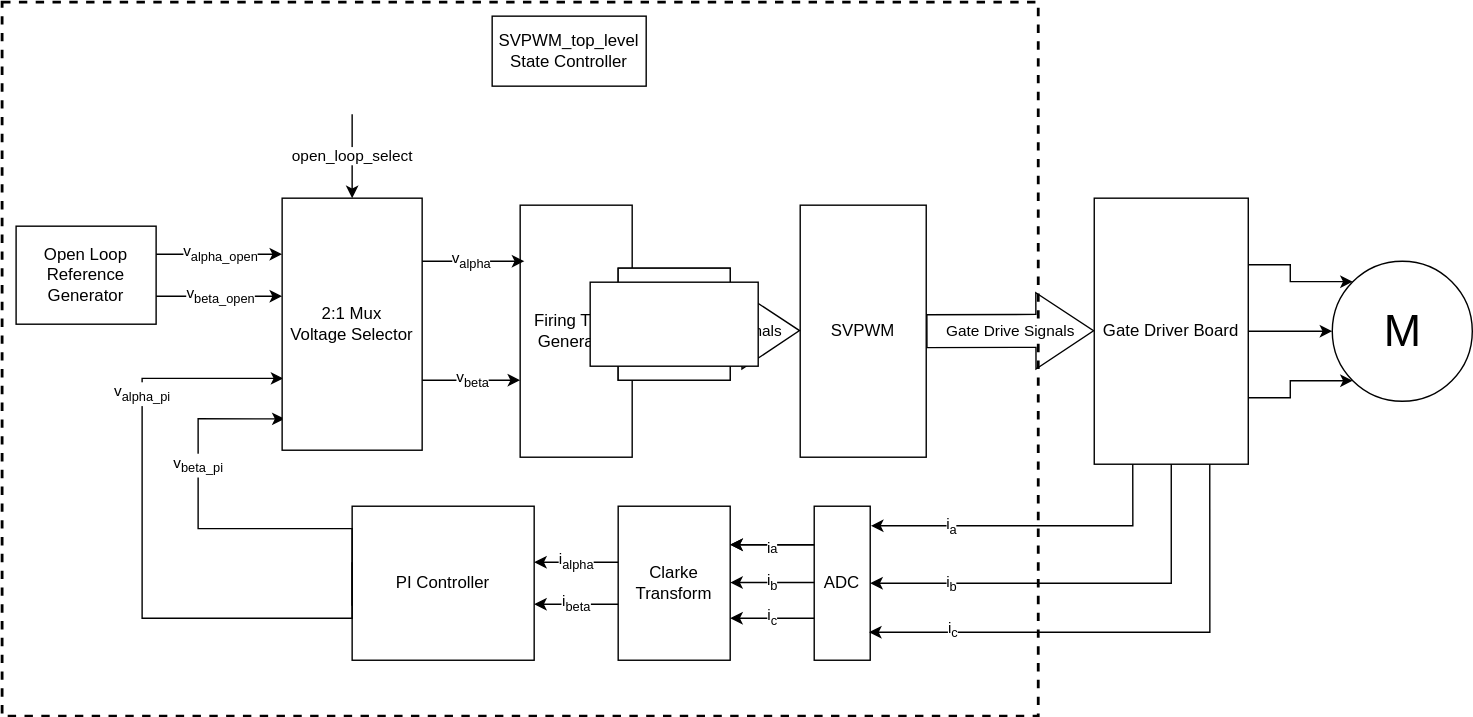
Earlier version of the draw.io export docs/Diagrams/system_diagram.drawio.svg (GanManCan/svpwm_PL). Source tidied: cells renumbered, new cells last; positions are measured from the earlier drawing's top-left corner, leaving out a move shared by most shapes. Its diagram source:
```xml
<mxGraphModel>
  <root>
    <mxCell id="0" />
    <mxCell id="1" parent="0" />
    <mxCell id="2" style="rounded=0;whiteSpace=wrap;html=1;fillColor=none;dashed=1;strokeWidth=2;" parent="1" vertex="1">
      <mxGeometry width="740" height="510" as="geometry" />
    </mxCell>
    <mxCell id="3" style="edgeStyle=orthogonalEdgeStyle;rounded=0;jettySize=auto;html=1;exitX=1;exitY=0.25;exitDx=0;exitDy=0;entryX=0;entryY=0;entryDx=0;entryDy=0;" parent="1" edge="1" source="6" target="7">
      <mxGeometry relative="1" as="geometry" />
    </mxCell>
    <mxCell id="4" style="edgeStyle=orthogonalEdgeStyle;rounded=0;jettySize=auto;html=1;exitX=1;exitY=0.5;exitDx=0;exitDy=0;" parent="1" edge="1" source="6" target="7">
      <mxGeometry relative="1" as="geometry" />
    </mxCell>
    <mxCell id="5" style="edgeStyle=orthogonalEdgeStyle;rounded=0;jettySize=auto;html=1;exitX=1;exitY=0.75;exitDx=0;exitDy=0;entryX=0;entryY=1;entryDx=0;entryDy=0;" parent="1" edge="1" source="6" target="7">
      <mxGeometry relative="1" as="geometry" />
    </mxCell>
    <mxCell id="6" value="Gate Driver Board" style="rounded=0;whiteSpace=wrap;html=1;" parent="1" vertex="1">
      <mxGeometry x="780" y="140" width="110" height="190" as="geometry" />
    </mxCell>
    <mxCell id="7" value="M" style="verticalLabelPosition=middle;shadow=0;dashed=0;align=center;html=1;verticalAlign=middle;strokeWidth=1;shape=ellipse;fontSize=32;perimeter=ellipsePerimeter;" parent="1" vertex="1">
      <mxGeometry x="950" y="185" width="100" height="100" as="geometry" />
    </mxCell>
    <mxCell id="8" value="&lt;sub&gt;&lt;span style=&quot;font-size: 11px&quot;&gt;i&lt;/span&gt;a&lt;/sub&gt;" style="edgeStyle=orthogonalEdgeStyle;rounded=0;orthogonalLoop=1;jettySize=auto;html=1;exitX=0;exitY=0.25;exitDx=0;exitDy=0;entryX=1;entryY=0.25;entryDx=0;entryDy=0;" parent="1" edge="1">
      <mxGeometry relative="1" as="geometry">
        <mxPoint x="580" y="387.5" as="sourcePoint" />
        <mxPoint x="520" y="387.5" as="targetPoint" />
      </mxGeometry>
    </mxCell>
    <mxCell id="9" value="ADC" style="rounded=0;whiteSpace=wrap;html=1;" parent="1" vertex="1">
      <mxGeometry x="580" y="360" width="40" height="110" as="geometry" />
    </mxCell>
    <mxCell id="10" style="endArrow=classic;html=1;rounded=0;entryX=1.013;entryY=0.127;entryDx=0;entryDy=0;entryPerimeter=0;edgeStyle=orthogonalEdgeStyle;exitX=0.25;exitY=1;exitDx=0;exitDy=0;" parent="1" edge="1" source="6" target="9">
      <mxGeometry relative="1" as="geometry">
        <Array as="points">
          <mxPoint x="808" y="374" />
        </Array>
      </mxGeometry>
    </mxCell>
    <mxCell id="11" value="i&lt;sub&gt;a&lt;/sub&gt;" style="edgeLabel;html=1;align=center;verticalAlign=middle;" parent="10" vertex="1">
      <mxGeometry relative="1" as="geometry">
        <mxPoint x="-59" as="offset" />
      </mxGeometry>
    </mxCell>
    <mxCell id="12" value="i&lt;sub&gt;c&lt;/sub&gt;" style="edgeStyle=orthogonalEdgeStyle;rounded=0;orthogonalLoop=1;jettySize=auto;html=1;exitX=0;exitY=0.25;exitDx=0;exitDy=0;entryX=1;entryY=0.25;entryDx=0;entryDy=0;" parent="1" edge="1">
      <mxGeometry relative="1" as="geometry">
        <mxPoint x="580" y="440" as="sourcePoint" />
        <mxPoint x="520" y="440" as="targetPoint" />
      </mxGeometry>
    </mxCell>
    <mxCell id="13" value="SVPWM_top_level State Controller" style="rounded=0;whiteSpace=wrap;html=1;" parent="1" vertex="1">
      <mxGeometry x="350" y="10" width="110" height="50" as="geometry" />
    </mxCell>
    <mxCell id="14" value="Clarke Transform" style="rounded=0;whiteSpace=wrap;html=1;" parent="1" vertex="1">
      <mxGeometry x="440" y="360" width="80" height="110" as="geometry" />
    </mxCell>
    <mxCell id="15" value="i&lt;sub&gt;b&lt;/sub&gt;" style="edgeStyle=orthogonalEdgeStyle;rounded=0;orthogonalLoop=1;jettySize=auto;html=1;exitX=0;exitY=0.25;exitDx=0;exitDy=0;entryX=1;entryY=0.25;entryDx=0;entryDy=0;" parent="1" edge="1">
      <mxGeometry relative="1" as="geometry">
        <mxPoint x="580" y="414.5" as="sourcePoint" />
        <mxPoint x="520" y="414.5" as="targetPoint" />
      </mxGeometry>
    </mxCell>
    <mxCell id="16" value="i&lt;sub&gt;alpha&lt;/sub&gt;" style="edgeStyle=orthogonalEdgeStyle;rounded=0;orthogonalLoop=1;jettySize=auto;html=1;exitX=0;exitY=0.25;exitDx=0;exitDy=0;entryX=1;entryY=0.25;entryDx=0;entryDy=0;" parent="1" edge="1">
      <mxGeometry relative="1" as="geometry">
        <mxPoint x="440" y="400" as="sourcePoint" />
        <mxPoint x="380" y="400" as="targetPoint" />
      </mxGeometry>
    </mxCell>
    <mxCell id="17" value="&lt;span style=&quot;font-size: 11px&quot;&gt;i&lt;/span&gt;&lt;sub&gt;beta&lt;/sub&gt;" style="edgeStyle=orthogonalEdgeStyle;rounded=0;orthogonalLoop=1;jettySize=auto;html=1;exitX=0;exitY=0.25;exitDx=0;exitDy=0;entryX=1;entryY=0.25;entryDx=0;entryDy=0;" parent="1" edge="1">
      <mxGeometry relative="1" as="geometry">
        <mxPoint x="440" y="430" as="sourcePoint" />
        <mxPoint x="380" y="430" as="targetPoint" />
        <Array as="points">
          <mxPoint x="410" y="430" />
          <mxPoint x="410" y="430" />
        </Array>
      </mxGeometry>
    </mxCell>
    <mxCell id="18" value="Firing Time Generator" style="rounded=0;whiteSpace=wrap;html=1;overflow=visible;" parent="1" vertex="1">
      <mxGeometry x="370" y="145" width="80" height="180" as="geometry" />
    </mxCell>
    <mxCell id="19" value="v&lt;sub&gt;alpha&lt;/sub&gt;" style="edgeStyle=orthogonalEdgeStyle;rounded=0;orthogonalLoop=1;jettySize=auto;html=1;entryX=1;entryY=0.25;entryDx=0;entryDy=0;" parent="1" edge="1">
      <mxGeometry relative="1" as="geometry">
        <mxPoint x="298" y="185" as="sourcePoint" />
        <mxPoint x="373" y="185" as="targetPoint" />
      </mxGeometry>
    </mxCell>
    <mxCell id="20" value="&lt;sub&gt;&lt;span style=&quot;font-size: 11px&quot;&gt;i&lt;/span&gt;a&lt;/sub&gt;" style="edgeStyle=orthogonalEdgeStyle;rounded=0;orthogonalLoop=1;jettySize=auto;html=1;exitX=0;exitY=0.25;exitDx=0;exitDy=0;entryX=1;entryY=0.25;entryDx=0;entryDy=0;" parent="1" edge="1">
      <mxGeometry relative="1" as="geometry">
        <mxPoint x="580" y="387.5" as="sourcePoint" />
        <mxPoint x="520" y="387.5" as="targetPoint" />
      </mxGeometry>
    </mxCell>
    <mxCell id="21" value="v&lt;sub&gt;beta&lt;/sub&gt;" style="edgeStyle=orthogonalEdgeStyle;rounded=0;orthogonalLoop=1;jettySize=auto;html=1;entryX=1;entryY=0.25;entryDx=0;entryDy=0;" parent="1" edge="1">
      <mxGeometry relative="1" as="geometry">
        <mxPoint x="300" y="270" as="sourcePoint" />
        <mxPoint x="370" y="270" as="targetPoint" />
      </mxGeometry>
    </mxCell>
    <mxCell id="22" value="PI Controller" style="rounded=0;whiteSpace=wrap;html=1;fillColor=default;" parent="1" vertex="1">
      <mxGeometry x="250" y="360" width="130" height="110" as="geometry" />
    </mxCell>
    <mxCell id="23" value="v&lt;sub&gt;beta_pi&lt;/sub&gt;" style="edgeStyle=orthogonalEdgeStyle;rounded=0;orthogonalLoop=1;jettySize=auto;html=1;exitX=0;exitY=0.25;exitDx=0;exitDy=0;entryX=0.018;entryY=0.87;entryDx=0;entryDy=0;entryPerimeter=0;" parent="1" edge="1">
      <mxGeometry x="0.38" relative="1" as="geometry">
        <mxPoint x="250" y="431" as="sourcePoint" />
        <mxPoint x="201.8" y="297.6" as="targetPoint" />
        <Array as="points">
          <mxPoint x="250" y="376" />
          <mxPoint x="140" y="376" />
          <mxPoint x="140" y="298" />
        </Array>
      </mxGeometry>
    </mxCell>
    <mxCell id="24" value="v&lt;sub&gt;alpha_pi&lt;/sub&gt;" style="edgeStyle=orthogonalEdgeStyle;rounded=0;jettySize=auto;html=1;exitX=0;exitY=0.25;exitDx=0;exitDy=0;entryX=0.009;entryY=0.715;entryDx=0;entryDy=0;entryPerimeter=0;" parent="1" edge="1" target="27">
      <mxGeometry x="0.51" relative="1" as="geometry">
        <mxPoint x="250" y="400" as="sourcePoint" />
        <Array as="points">
          <mxPoint x="250" y="440" />
          <mxPoint x="100" y="440" />
          <mxPoint x="100" y="269" />
        </Array>
      </mxGeometry>
    </mxCell>
    <mxCell id="25" style="group;" parent="1" vertex="1">
      <mxGeometry x="110" y="140" width="190" height="180" as="geometry" />
    </mxCell>
    <mxCell id="26" style="group;" parent="25" vertex="1">
      <mxGeometry width="190" height="180" as="geometry" />
    </mxCell>
    <mxCell id="27" value="2:1 Mux&lt;br&gt;Voltage Selector" style="rounded=0;whiteSpace=wrap;html=1;overflow=visible;" parent="26" vertex="1">
      <mxGeometry x="90" width="100" height="180" as="geometry" />
    </mxCell>
    <mxCell id="28" value="v&lt;sub&gt;beta_open&lt;/sub&gt;" style="edgeStyle=orthogonalEdgeStyle;rounded=0;orthogonalLoop=1;jettySize=auto;html=1;exitX=0;exitY=0.25;exitDx=0;exitDy=0;" parent="26" edge="1">
      <mxGeometry relative="1" as="geometry">
        <mxPoint y="70" as="sourcePoint" />
        <mxPoint x="90" y="70" as="targetPoint" />
      </mxGeometry>
    </mxCell>
    <mxCell id="29" value="v&lt;sub&gt;alpha_open&lt;/sub&gt;" style="edgeStyle=orthogonalEdgeStyle;rounded=0;orthogonalLoop=1;jettySize=auto;html=1;exitX=0;exitY=0.25;exitDx=0;exitDy=0;" parent="26" edge="1">
      <mxGeometry relative="1" as="geometry">
        <mxPoint y="40" as="sourcePoint" />
        <mxPoint x="90" y="40" as="targetPoint" />
      </mxGeometry>
    </mxCell>
    <mxCell id="30" value="Open Loop Reference Generator" style="rounded=0;whiteSpace=wrap;html=1;fillColor=default;" parent="1" vertex="1">
      <mxGeometry x="10" y="160" width="100" height="70" as="geometry" />
    </mxCell>
    <mxCell id="31" value="open_loop_select" style="edgeStyle=orthogonalEdgeStyle;rounded=0;jettySize=auto;html=1;entryX=0.5;entryY=0;entryDx=0;entryDy=0;" parent="1" edge="1" target="27">
      <mxGeometry relative="1" as="geometry">
        <mxPoint x="250" y="80" as="sourcePoint" />
      </mxGeometry>
    </mxCell>
    <mxCell id="32" style="group;" parent="1" vertex="1">
      <mxGeometry x="540" y="145" width="240" height="180" as="geometry" />
    </mxCell>
    <mxCell id="33" value="Gate Drive Signals" style="shape=flexArrow;endArrow=classic;html=1;rounded=0;endWidth=29.965397923875432;endSize=13.388235294117647;width=23.529411764705884;" parent="32" edge="1">
      <mxGeometry relative="1" as="geometry">
        <mxPoint x="120" y="90" as="sourcePoint" />
        <mxPoint x="240" y="89.7" as="targetPoint" />
      </mxGeometry>
    </mxCell>
    <mxCell id="34" value="SVPWM" style="rounded=0;whiteSpace=wrap;html=1;" parent="32" vertex="1">
      <mxGeometry x="30" width="90" height="180" as="geometry" />
    </mxCell>
    <mxCell id="35" value="Firing Time Signals" style="shape=flexArrow;endArrow=classic;html=1;rounded=0;endWidth=29.965397923875432;endSize=13.388235294117647;width=23.529411764705884;" parent="32" edge="1">
      <mxGeometry relative="1" as="geometry">
        <mxPoint x="-90" y="89.9" as="sourcePoint" />
        <mxPoint x="30" y="89.6" as="targetPoint" />
      </mxGeometry>
    </mxCell>
    <mxCell id="36" style="endArrow=classic;html=1;rounded=0;exitX=0.5;exitY=1;exitDx=0;exitDy=0;edgeStyle=orthogonalEdgeStyle;entryX=1;entryY=0.5;entryDx=0;entryDy=0;" parent="1" edge="1" source="6" target="9">
      <mxGeometry relative="1" as="geometry">
        <Array as="points">
          <mxPoint x="835" y="415" />
        </Array>
      </mxGeometry>
    </mxCell>
    <mxCell id="37" value="i&lt;sub&gt;b&lt;/sub&gt;" style="edgeLabel;html=1;align=center;verticalAlign=middle;" parent="36" vertex="1">
      <mxGeometry relative="1" as="geometry">
        <mxPoint x="-93" as="offset" />
      </mxGeometry>
    </mxCell>
    <mxCell id="38" style="endArrow=classic;html=1;rounded=0;exitX=0.75;exitY=1;exitDx=0;exitDy=0;edgeStyle=orthogonalEdgeStyle;entryX=0.977;entryY=0.825;entryDx=0;entryDy=0;entryPerimeter=0;" parent="1" edge="1" source="6" target="9">
      <mxGeometry relative="1" as="geometry">
        <Array as="points">
          <mxPoint x="862" y="450" />
          <mxPoint x="619" y="450" />
        </Array>
      </mxGeometry>
    </mxCell>
    <mxCell id="39" value="i&lt;sub&gt;c&lt;/sub&gt;" style="edgeLabel;html=1;align=center;verticalAlign=middle;" parent="38" vertex="1">
      <mxGeometry relative="1" as="geometry">
        <mxPoint x="-123" y="-2" as="offset" />
      </mxGeometry>
    </mxCell>
    <mxCell id="40" style="endArrow=none;dashed=1;html=1;rounded=0;" parent="1" edge="1">
      <mxGeometry relative="1" as="geometry">
        <mxPoint x="460" y="250" as="sourcePoint" />
        <mxPoint x="510" y="200" as="targetPoint" />
      </mxGeometry>
    </mxCell>
    <mxCell id="41" style="whiteSpace=wrap;html=1;" parent="1" vertex="1">
      <mxGeometry x="440" y="190" width="80" height="80" as="geometry" />
    </mxCell>
    <mxCell id="42" style="whiteSpace=wrap;html=1;" parent="1" vertex="1">
      <mxGeometry x="440" y="190" width="80" height="80" as="geometry" />
    </mxCell>
    <mxCell id="43" style="rounded=0;whiteSpace=wrap;html=1;" parent="1" vertex="1">
      <mxGeometry x="420" y="200" width="120" height="60" as="geometry" />
    </mxCell>
  </root>
</mxGraphModel>
```
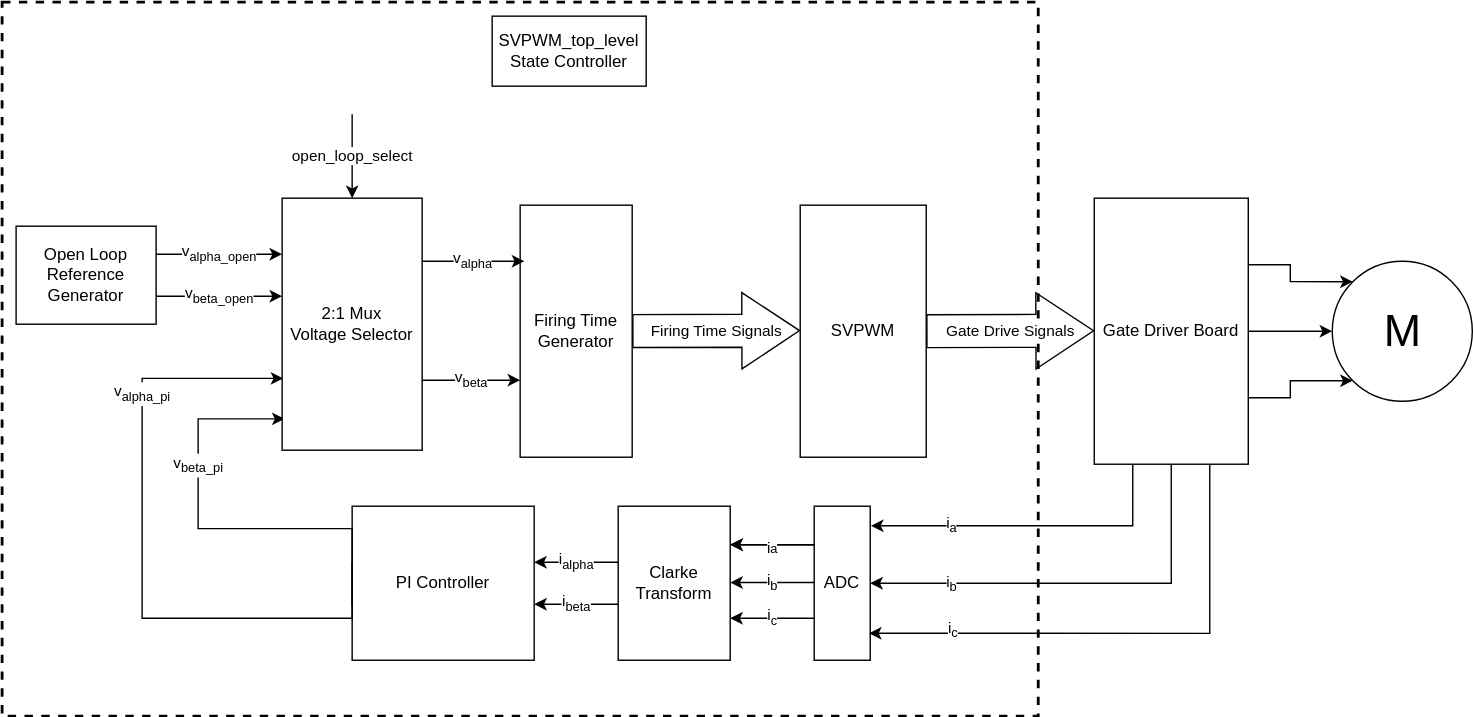
The same diagram one commit later.

The edit, as a diff of the source:
```diff
@@ -192,20 +192,5 @@
         <mxPoint x="-123" y="-2" as="offset" />
       </mxGeometry>
     </mxCell>
-    <mxCell id="40" style="endArrow=none;dashed=1;html=1;rounded=0;" parent="1" edge="1">
-      <mxGeometry relative="1" as="geometry">
-        <mxPoint x="460" y="250" as="sourcePoint" />
-        <mxPoint x="510" y="200" as="targetPoint" />
-      </mxGeometry>
-    </mxCell>
-    <mxCell id="41" style="whiteSpace=wrap;html=1;" parent="1" vertex="1">
-      <mxGeometry x="440" y="190" width="80" height="80" as="geometry" />
-    </mxCell>
-    <mxCell id="42" style="whiteSpace=wrap;html=1;" parent="1" vertex="1">
-      <mxGeometry x="440" y="190" width="80" height="80" as="geometry" />
-    </mxCell>
-    <mxCell id="43" style="rounded=0;whiteSpace=wrap;html=1;" parent="1" vertex="1">
-      <mxGeometry x="420" y="200" width="120" height="60" as="geometry" />
-    </mxCell>
   </root>
 </mxGraphModel>
```
